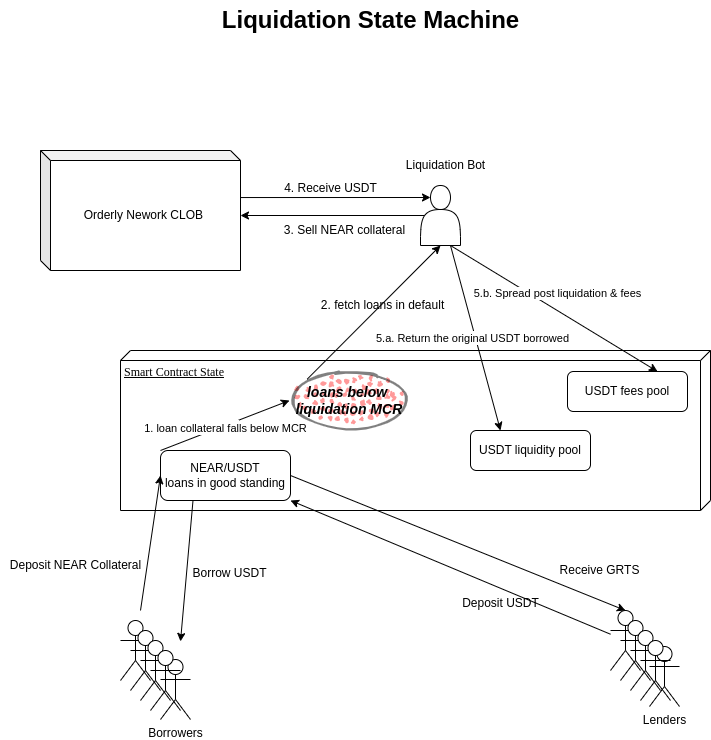
anthonywittemann/gratis_protocol keeps this draw.io diagram as architecture/protocol_liquidation_state_machine.drawio.png. Above is the earlier version. Source tidied: cells renumbered, new cells last; positions are measured from the earlier drawing's top-left corner, leaving out a move shared by most shapes.
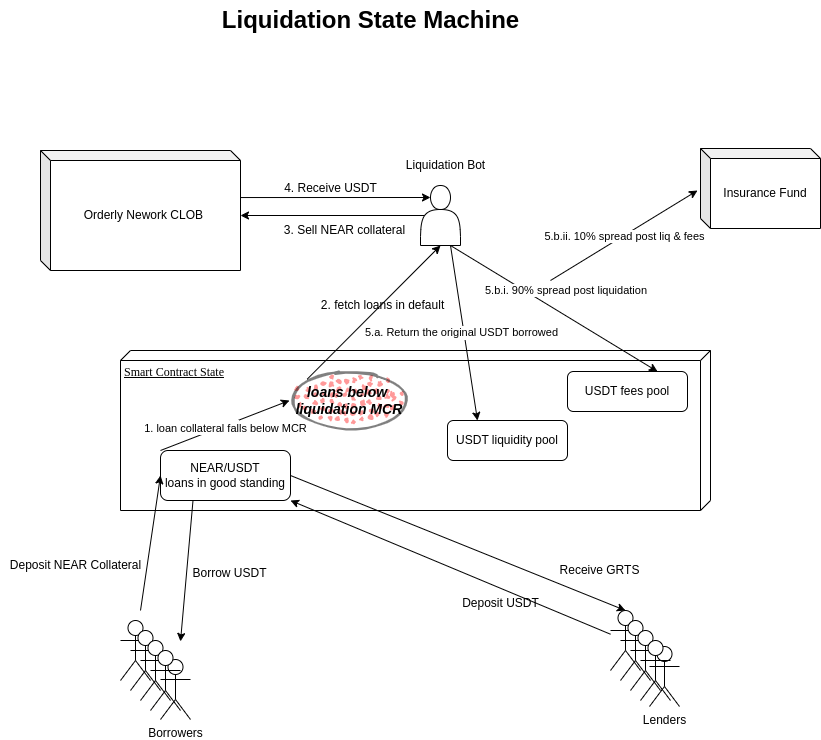
Later version of the same file.

Commit message:
redemption and recovery mode arhitecture diagrams

The edit, as a diff of the source:
```diff
@@ -100,7 +100,7 @@
       <mxGeometry x="270" y="173" width="120" height="30" as="geometry" />
     </mxCell>
     <mxCell id="33" value="USDT liquidity pool" style="rounded=1;whiteSpace=wrap;html=1;" parent="1" vertex="1">
-      <mxGeometry x="470" y="430" width="120" height="40" as="geometry" />
+      <mxGeometry x="447" y="420" width="120" height="40" as="geometry" />
     </mxCell>
     <mxCell id="34" style="endArrow=classic;html=1;rounded=0;exitX=0;exitY=0;exitDx=0;exitDy=0;entryX=0;entryY=0.5;entryDx=0;entryDy=0;" parent="1" edge="1" source="3" target="25">
       <mxGeometry relative="1" as="geometry" />
@@ -129,10 +129,24 @@
     <mxCell id="42" style="endArrow=classic;html=1;rounded=0;exitX=0.75;exitY=1;exitDx=0;exitDy=0;entryX=0.75;entryY=0;entryDx=0;entryDy=0;" parent="1" edge="1" source="22" target="37">
       <mxGeometry relative="1" as="geometry" />
     </mxCell>
-    <mxCell id="43" value="5.b. Spread post liquidation &amp;amp; fees" style="edgeLabel;html=1;align=center;verticalAlign=middle;" parent="42" vertex="1">
+    <mxCell id="43" value="5.b.i. 90% spread post liquidation&amp;nbsp;" style="edgeLabel;html=1;align=center;verticalAlign=middle;" parent="42" vertex="1">
       <mxGeometry x="-0.01" y="2" relative="1" as="geometry">
-        <mxPoint x="3" y="-13" as="offset" />
+        <mxPoint x="13" y="-16" as="offset" />
       </mxGeometry>
     </mxCell>
+    <mxCell id="44" value="Insurance Fund" style="shape=cube;whiteSpace=wrap;html=1;boundedLbl=1;backgroundOutline=1;darkOpacity=0.05;darkOpacity2=0.1;size=10;" parent="1" vertex="1">
+      <mxGeometry x="700" y="148" width="120" height="80" as="geometry" />
+    </mxCell>
+    <mxCell id="45" style="endArrow=classic;html=1;rounded=0;entryX=-0.025;entryY=0.525;entryDx=0;entryDy=0;entryPerimeter=0;" parent="1" edge="1" target="44">
+      <mxGeometry relative="1" as="geometry">
+        <mxPoint x="550" y="280" as="sourcePoint" />
+      </mxGeometry>
+    </mxCell>
+    <mxCell id="46" value="Label" style="edgeLabel;html=1;align=center;verticalAlign=middle;" parent="45" vertex="1">
+      <mxGeometry relative="1" as="geometry" />
+    </mxCell>
+    <mxCell id="47" value="5.b.ii. 10% spread post liq &amp;amp; fees" style="edgeLabel;html=1;align=center;verticalAlign=middle;" parent="45" vertex="1">
+      <mxGeometry x="-0.01" relative="1" as="geometry" />
+    </mxCell>
   </root>
 </mxGraphModel>
```
